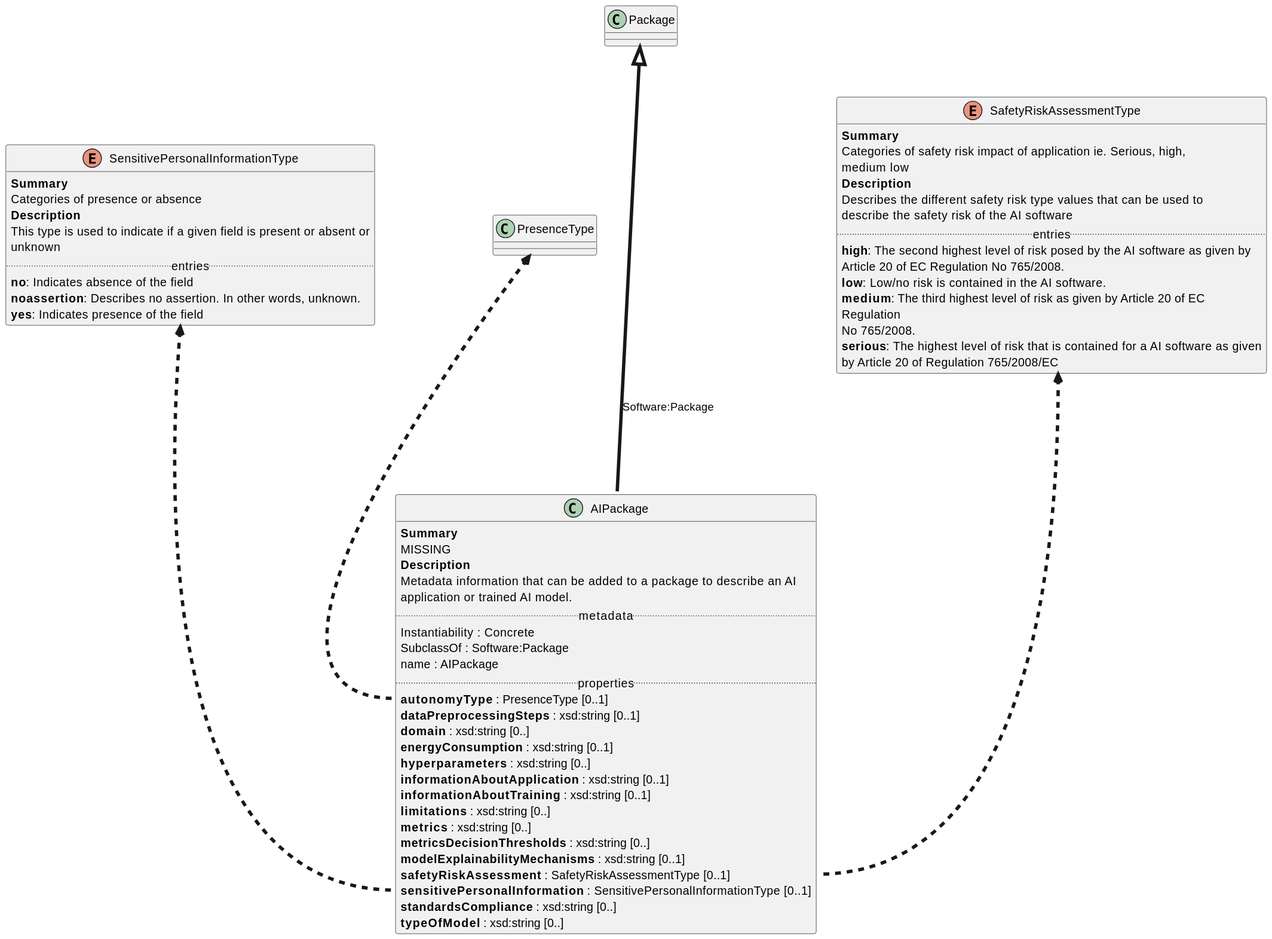
maxhbr/spec-parser.hs keeps this PlantUML diagram as AI.Profile.svg. Above is the earlier version.
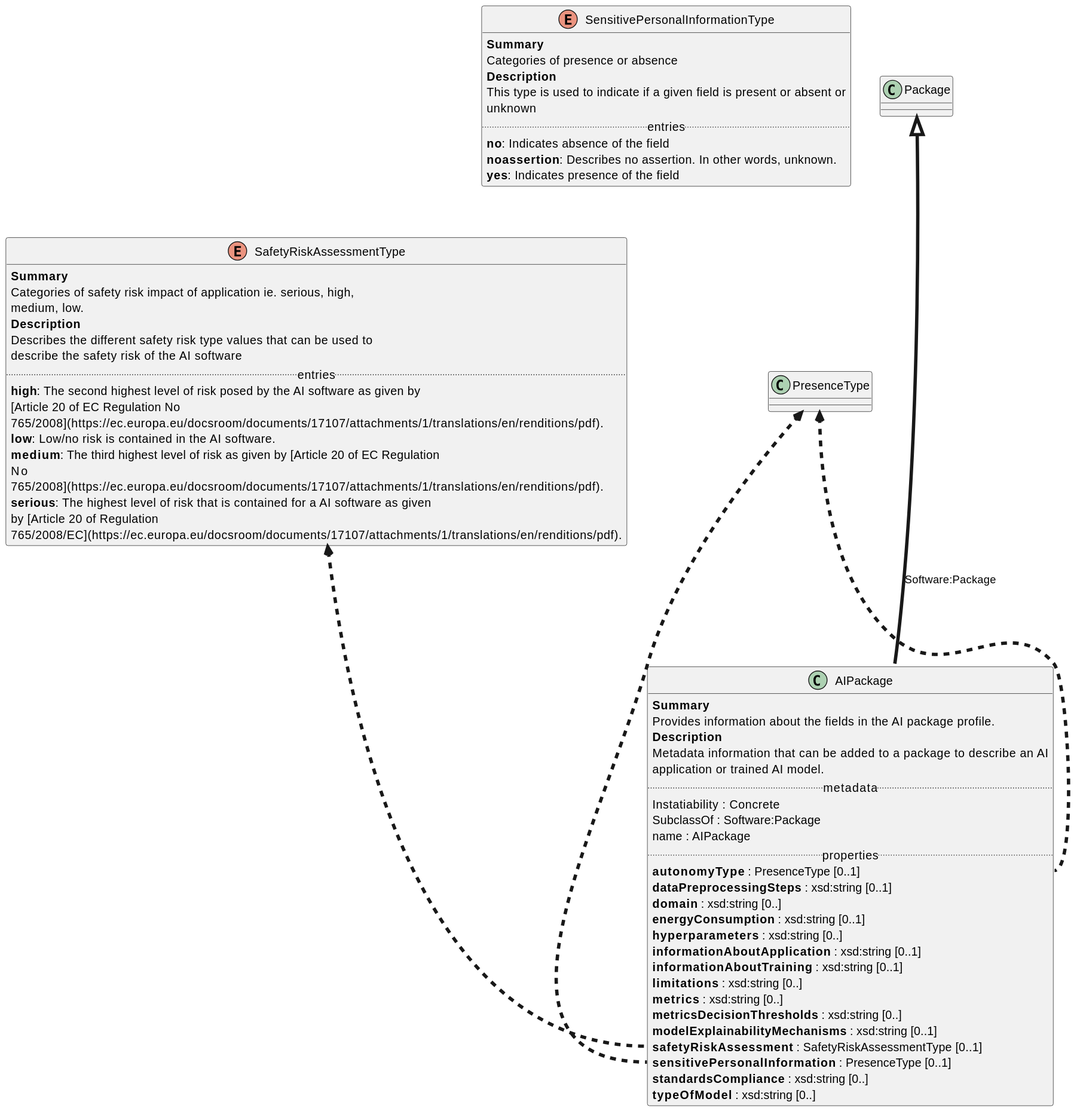
The same diagram one commit later.

Diff of the diagram source:
```diff
@@ -14,30 +14,32 @@
 }
 enum SafetyRiskAssessmentType {
 <b>Summary</b>
-Categories of safety risk impact of application ie. Serious, high,
-medium low
+Categories of safety risk impact of application ie. serious, high,
+medium, low.
 <b>Description</b>
 Describes the different safety risk type values that can be used to
 describe the safety risk of the AI software
 .. entries ..
     <b>high</b>: The second highest level of risk posed by the AI software as given by
-Article 20 of EC Regulation No 765/2008.
+[Article 20 of EC Regulation No
+765/2008](https://ec.europa.eu/docsroom/documents/17107/attachments/1/translations/en/renditions/pdf).
     <b>low</b>: Low/no risk is contained in the AI software.
-    <b>medium</b>: The third highest level of risk as given by Article 20 of EC
-Regulation
-No 765/2008.
+    <b>medium</b>: The third highest level of risk as given by [Article 20 of EC Regulation
+No
+765/2008](https://ec.europa.eu/docsroom/documents/17107/attachments/1/translations/en/renditions/pdf).
     <b>serious</b>: The highest level of risk that is contained for a AI software as given
-by Article 20 of Regulation 765/2008/EC
+by [Article 20 of Regulation
+765/2008/EC](https://ec.europa.eu/docsroom/documents/17107/attachments/1/translations/en/renditions/pdf).
 }
 together {
 class AIPackage {
 <b>Summary</b>
-MISSING
+Provides information about the fields in the AI package profile.
 <b>Description</b>
 Metadata information that can be added to a package to describe an AI
 application or trained AI model.
 .. metadata ..
-    Instantiability : Concrete
+    Instatiability : Concrete
     SubclassOf : Software:Package
     name : AIPackage
 .. properties ..
@@ -53,13 +55,13 @@
     <b>metricsDecisionThresholds </b>: xsd:string [0..]
     <b>modelExplainabilityMechanisms </b>: xsd:string [0..1]
     <b>safetyRiskAssessment </b>: SafetyRiskAssessmentType [0..1]
-    <b>sensitivePersonalInformation </b>: SensitivePersonalInformationType [0..1]
+    <b>sensitivePersonalInformation </b>: PresenceType [0..1]
     <b>standardsCompliance </b>: xsd:string [0..]
     <b>typeOfModel </b>: xsd:string [0..]
 }
 "PresenceType" <-[dashed,thickness=4]-- "AIPackage::autonomyType"
 "SafetyRiskAssessmentType" <-[dashed,thickness=4]-- "AIPackage::safetyRiskAssessment"
-"SensitivePersonalInformationType" <-[dashed,thickness=4]-- "AIPackage::sensitivePersonalInformation"
+"PresenceType" <-[dashed,thickness=4]-- "AIPackage::sensitivePersonalInformation"
 }
 "Package" <|-[thickness=4]--- "AIPackage" : Software:Package
 @enduml
```
